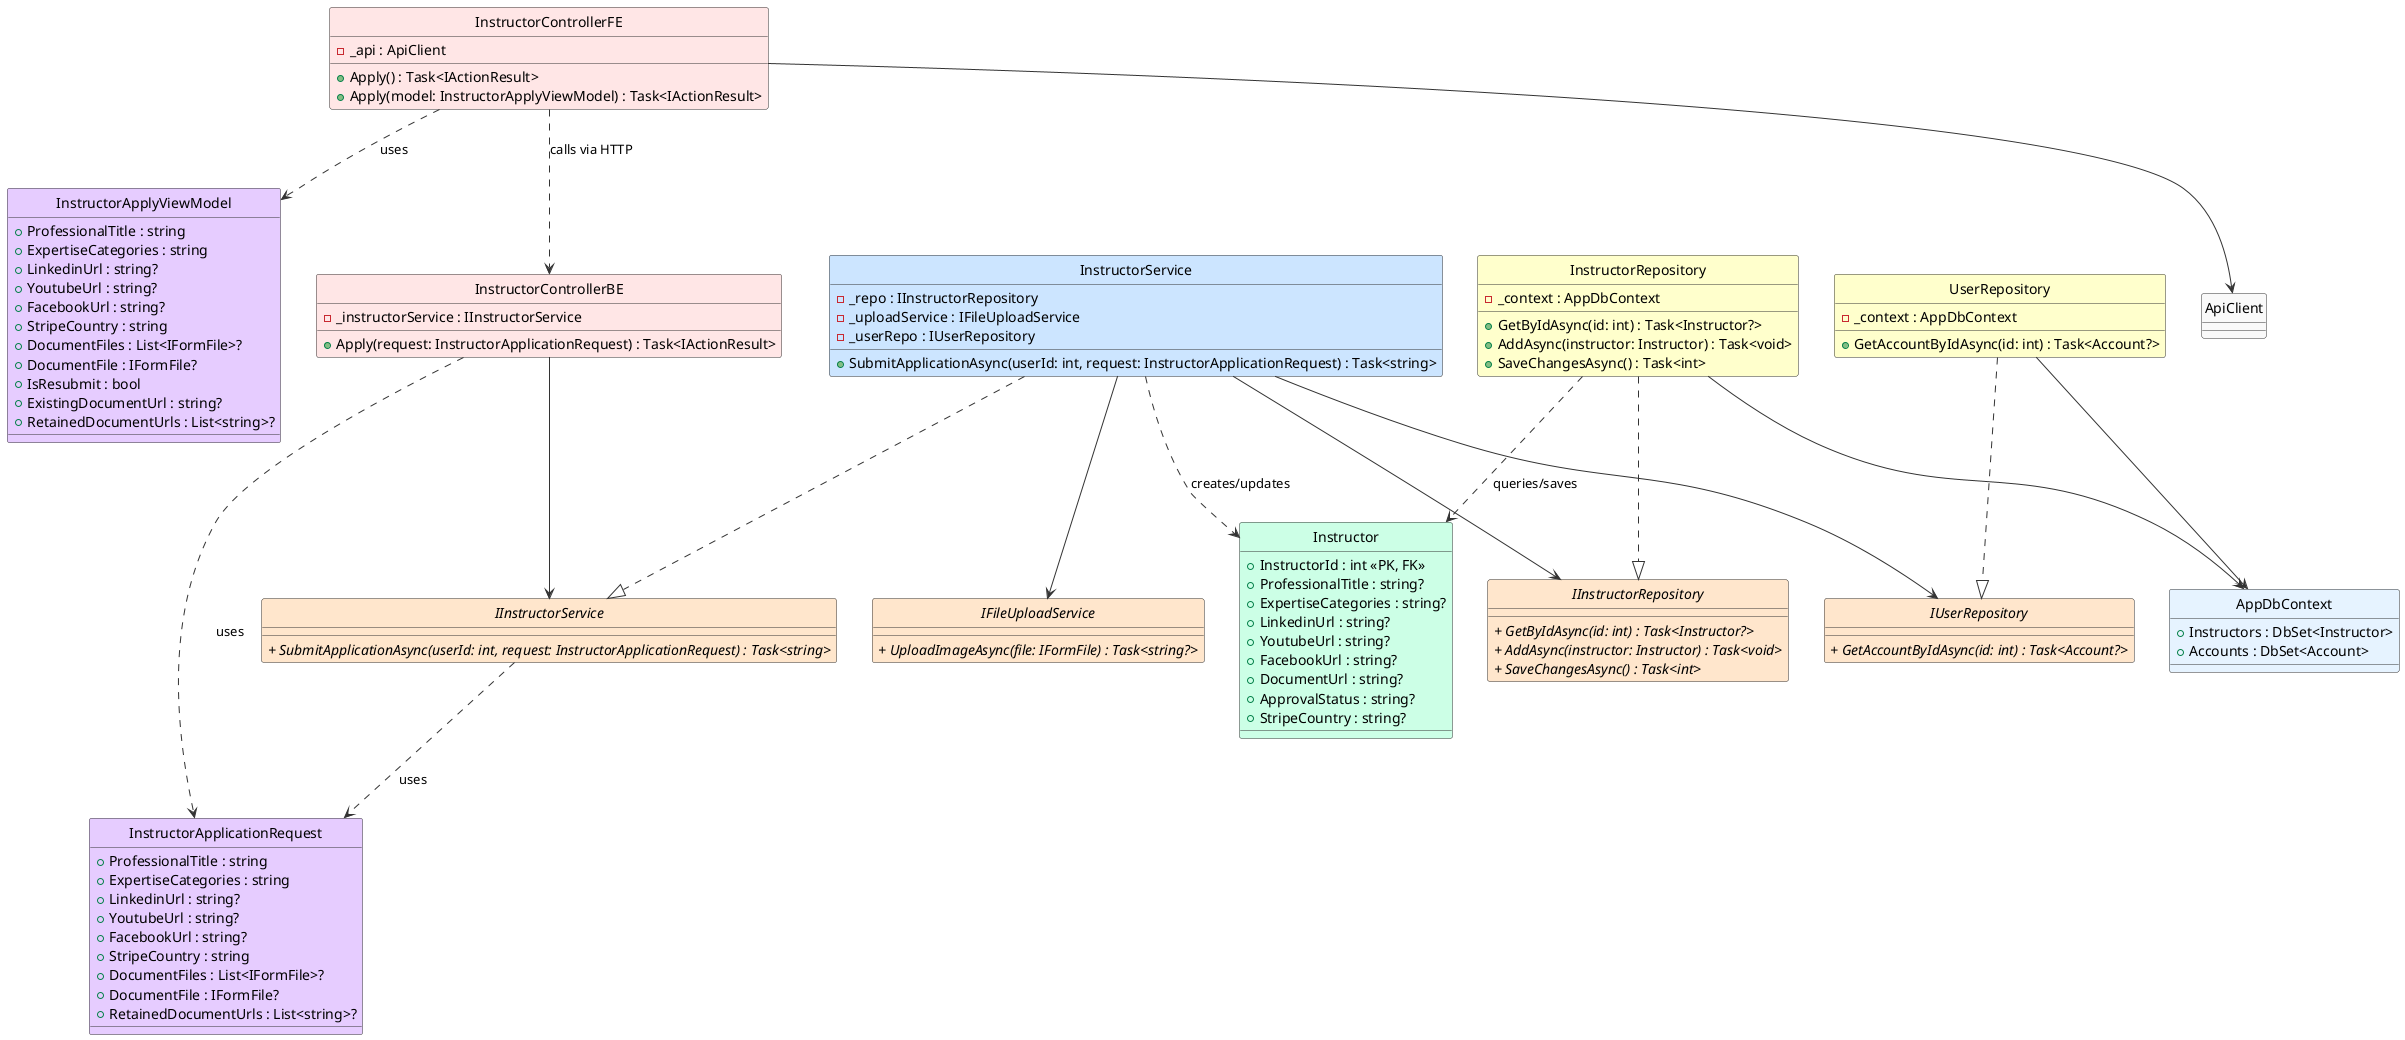
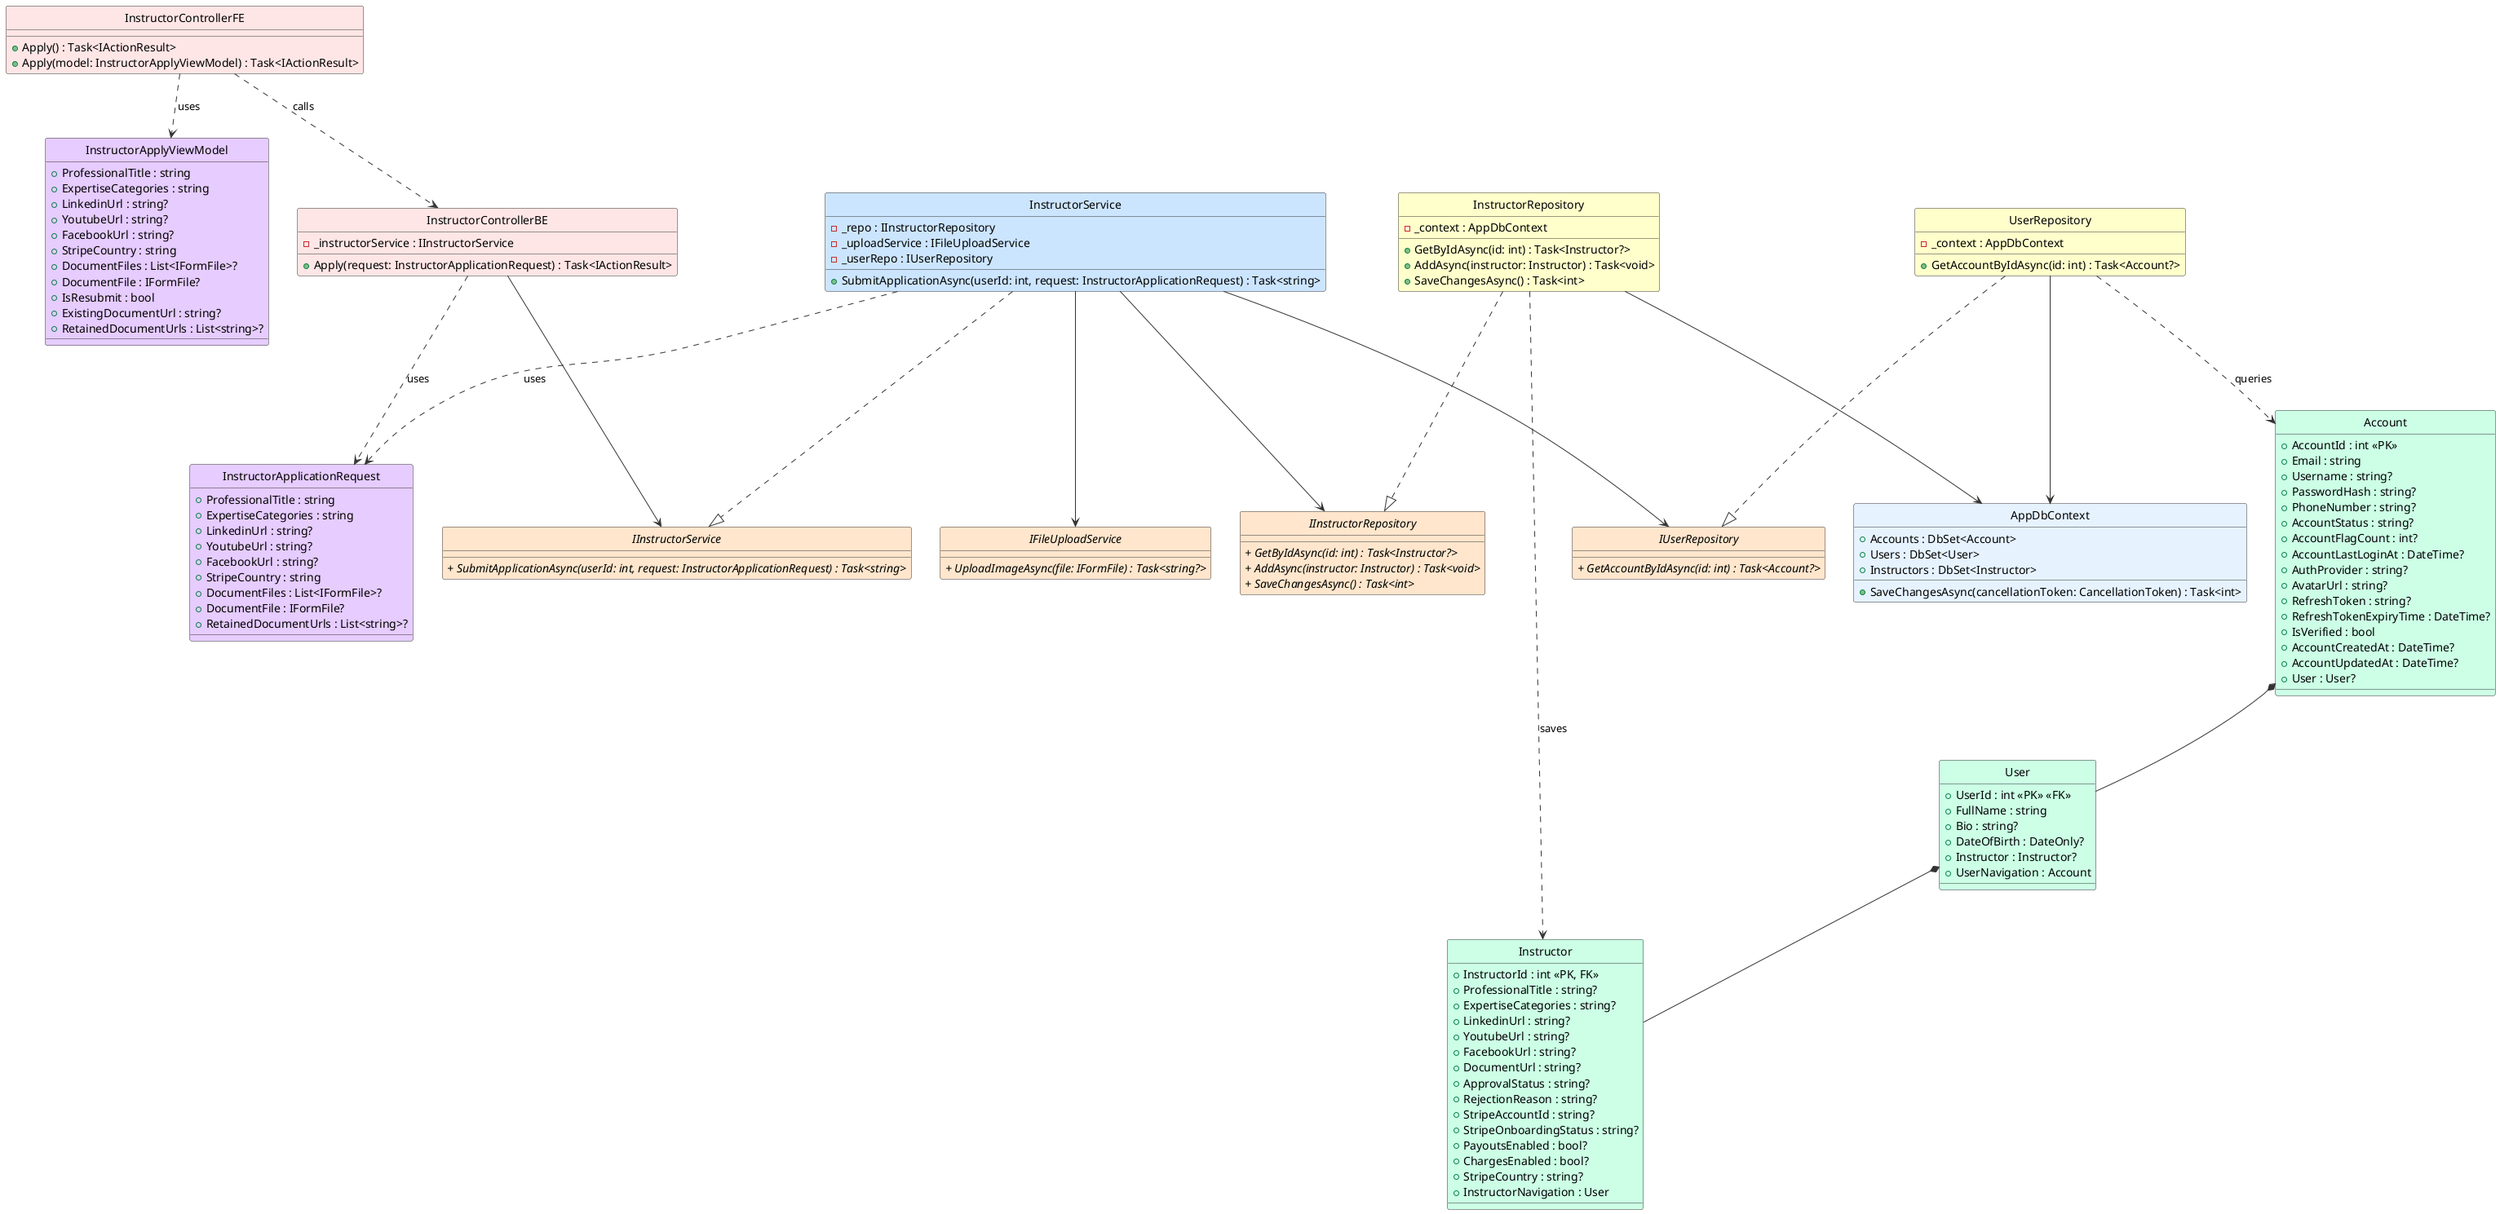
@startuml BecomeInstructor_ClassDiagram

' Styling & Settings
skinparam style strictuml
skinparam shadowing false
skinparam class {
    BackgroundColor White
    BorderColor #1A73E8
    ArrowColor #5F6368
}

!define ABSTRACT_COLOR #FFE6CC
!define SERVICE_COLOR #CCE5FF
!define DTO_COLOR #E6CCFF
!define ENTITY_COLOR #CCFFE6
!define REPOSITORY_COLOR #FFFFCC
!define CONTROLLER_COLOR #FFE6E6
- !define DbContext #E6F3FF

skinparam backgroundColor #FFFFFF
skinparam classBackgroundColor #F9F9F9
skinparam classBorderColor #333333
skinparam arrowColor #333333

' ==================== FRONTEND ====================

class InstructorControllerFE #FFE6E6 {
-     - _api : ApiClient
    + Apply() : Task<IActionResult>
    + Apply(model: InstructorApplyViewModel) : Task<IActionResult>
}

class InstructorApplyViewModel #E6CCFF {
    + ProfessionalTitle : string
    + ExpertiseCategories : string
    + LinkedinUrl : string?
    + YoutubeUrl : string?
    + FacebookUrl : string?
    + StripeCountry : string
    + DocumentFiles : List<IFormFile>?
    + DocumentFile : IFormFile?
    + IsResubmit : bool
    + ExistingDocumentUrl : string?
    + RetainedDocumentUrls : List<string>?
}

' ==================== BACKEND - CONTROLLER ====================

class InstructorControllerBE #FFE6E6 {
    - _instructorService : IInstructorService
    + Apply(request: InstructorApplicationRequest) : Task<IActionResult>
}

' ==================== BACKEND - DTOs ====================

class InstructorApplicationRequest #E6CCFF {
    + ProfessionalTitle : string
    + ExpertiseCategories : string
    + LinkedinUrl : string?
    + YoutubeUrl : string?
    + FacebookUrl : string?
    + StripeCountry : string
    + DocumentFiles : List<IFormFile>?
    + DocumentFile : IFormFile?
    + RetainedDocumentUrls : List<string>?
}

' ==================== BACKEND - DOMAIN ENTITIES ====================

+ class Account #CCFFE6 {
+     + AccountId : int <<PK>>
+     + Email : string
+     + Username : string?
+     + PasswordHash : string?
+     + PhoneNumber : string?
+     + AccountStatus : string?
+     + AccountFlagCount : int?
+     + AccountLastLoginAt : DateTime?
+     + AuthProvider : string?
+     + AvatarUrl : string?
+     + RefreshToken : string?
+     + RefreshTokenExpiryTime : DateTime?
+     + IsVerified : bool
+     + AccountCreatedAt : DateTime?
+     + AccountUpdatedAt : DateTime?
+     + User : User?
+ }
+ 
+ class User #CCFFE6 {
+     + UserId : int <<PK>> <<FK>>
+     + FullName : string
+     + Bio : string?
+     + DateOfBirth : DateOnly?
+     + Instructor : Instructor?
+     + UserNavigation : Account
+ }
+ 
class Instructor #CCFFE6 {
    + InstructorId : int <<PK, FK>>
    + ProfessionalTitle : string?
    + ExpertiseCategories : string?
    + LinkedinUrl : string?
    + YoutubeUrl : string?
    + FacebookUrl : string?
    + DocumentUrl : string?
    + ApprovalStatus : string?
+     + RejectionReason : string?
+     + StripeAccountId : string?
+     + StripeOnboardingStatus : string?
+     + PayoutsEnabled : bool?
+     + ChargesEnabled : bool?
    + StripeCountry : string?
+     + InstructorNavigation : User
}

' ==================== BACKEND - SERVICE INTERFACES ====================

interface IInstructorService #FFE6CC {
    //+ SubmitApplicationAsync(userId: int, request: InstructorApplicationRequest) : Task<string>//
}

interface IFileUploadService #FFE6CC {
    //+ UploadImageAsync(file: IFormFile) : Task<string?>//
}

' ==================== BACKEND - REPOSITORY INTERFACES ====================

interface IInstructorRepository #FFE6CC {
    //+ GetByIdAsync(id: int) : Task<Instructor?>//
    //+ AddAsync(instructor: Instructor) : Task<void>//
    //+ SaveChangesAsync() : Task<int>//
}

interface IUserRepository #FFE6CC {
    //+ GetAccountByIdAsync(id: int) : Task<Account?>//
}

' ==================== BACKEND - SERVICE IMPLEMENTATION ====================

class InstructorService #CCE5FF {
    - _repo : IInstructorRepository
    - _uploadService : IFileUploadService
    - _userRepo : IUserRepository
    + SubmitApplicationAsync(userId: int, request: InstructorApplicationRequest) : Task<string>
}

' ==================== BACKEND - REPOSITORY IMPLEMENTATION ====================

class InstructorRepository #FFFFCC {
    - _context : AppDbContext
    + GetByIdAsync(id: int) : Task<Instructor?>
    + AddAsync(instructor: Instructor) : Task<void>
    + SaveChangesAsync() : Task<int>
}

class UserRepository #FFFFCC {
    - _context : AppDbContext
    + GetAccountByIdAsync(id: int) : Task<Account?>
}

' ==================== BACKEND - DbContext ====================

class AppDbContext #E6F3FF {
+     + Accounts : DbSet<Account>
+     + Users : DbSet<User>
    + Instructors : DbSet<Instructor>
-     + Accounts : DbSet<Account>
+     + SaveChangesAsync(cancellationToken: CancellationToken) : Task<int>
}

' ==================== RELATIONSHIPS ====================

- ' === UNIDIRECTIONAL ASSOCIATION ===
- InstructorControllerFE --> ApiClient
+ ' === COMPOSITION (filled diamond) ===
+ Account *-- User
+ User *-- Instructor
+ 
+ ' === UNIDIRECTIONAL ASSOCIATION (solid arrow) ===
InstructorControllerBE --> IInstructorService
InstructorService --> IInstructorRepository
InstructorService --> IFileUploadService
InstructorService --> IUserRepository
InstructorRepository --> AppDbContext
UserRepository --> AppDbContext

' === INTERFACE REALIZATION ===
InstructorService ..|> IInstructorService
InstructorRepository ..|> IInstructorRepository
UserRepository ..|> IUserRepository

- ' === DEPENDENCY ===
+ ' === DEPENDENCY (dashed arrows) ===
InstructorControllerFE ..> InstructorApplyViewModel : uses
- InstructorControllerFE ..> InstructorControllerBE : calls via HTTP
+ InstructorControllerFE ..> InstructorControllerBE : calls
InstructorControllerBE ..> InstructorApplicationRequest : uses
- IInstructorService ..> InstructorApplicationRequest : uses
- InstructorService ..> Instructor : creates/updates
- InstructorRepository ..> Instructor : queries/saves
+ InstructorService ..> InstructorApplicationRequest : uses
+ ' InstructorService ..> Instructor : creates
+ ' InstructorRepository ..> Instructor : queries
+ InstructorRepository ..> Instructor : saves
+ UserRepository ..> Account : queries

@enduml
